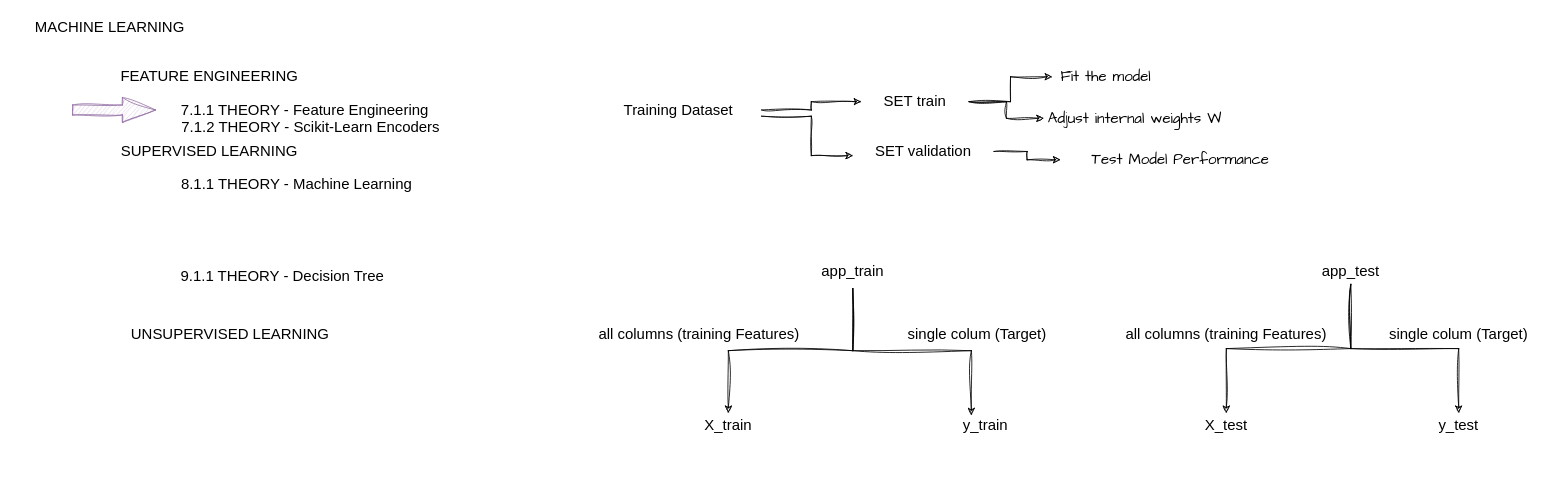
Above: Sprint2.drawio in Innoktiv/Anyone-AI (draw.io), before the change. Source tidied: cells renumbered, new cells numbered last; positions are measured from the earlier drawing's top-left corner, leaving out a move shared by most shapes. Both pictures are drawn from the tidied source at 83%, with x=0, y=0 at pixel (14, 14).
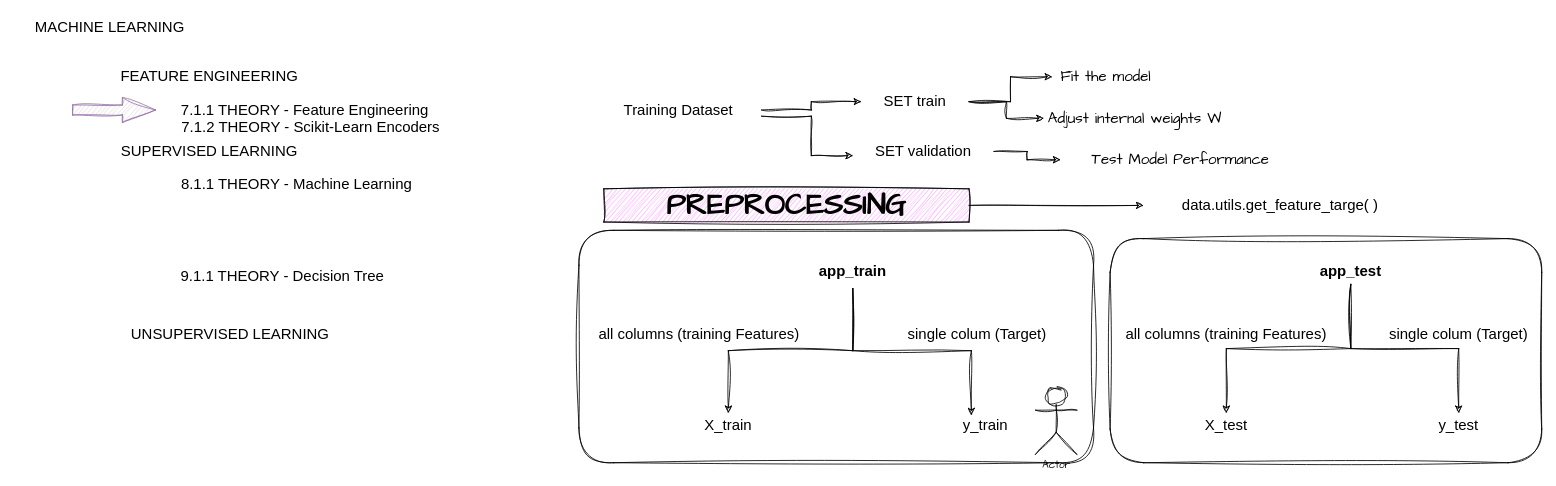
The same page after the edit.

Commit message:
Figure apdate

Change to the diagram source:
```diff
@@
+    <mxCell id="36" style="rounded=1;whiteSpace=wrap;html=1;sketch=1;hachureGap=4;jiggle=2;curveFitting=1;fontFamily=Architects Daughter;" parent="1" vertex="1">
+      <mxGeometry x="1320" y="270" width="520" height="270" as="geometry" />
+    </mxCell>
+    <mxCell id="37" style="rounded=1;whiteSpace=wrap;html=1;sketch=1;hachureGap=4;jiggle=2;curveFitting=1;fontFamily=Architects Daughter;" parent="1" vertex="1">
+      <mxGeometry x="680" y="260" width="620" height="280" as="geometry" />
+    </mxCell>
@@
-    <mxCell id="23" value="&lt;font face=&quot;Helvetica&quot; style=&quot;font-size: 18px;&quot;&gt;app_train&lt;br&gt;&lt;/font&gt;" style="text;html=1;align=center;verticalAlign=middle;whiteSpace=wrap;rounded=0;fontFamily=Architects Daughter;" parent="1" vertex="1">
+    <mxCell id="23" value="&lt;font style=&quot;font-size: 18px;&quot; face=&quot;Helvetica&quot;&gt;app_train&lt;br&gt;&lt;/font&gt;" style="text;html=1;align=center;verticalAlign=middle;whiteSpace=wrap;rounded=0;fontFamily=Architects Daughter;fontStyle=1;" parent="1" vertex="1">
       <mxGeometry x="910" y="290" width="200" height="40" as="geometry" />
     </mxCell>
@@
-    <mxCell id="27" value="&lt;font face=&quot;Helvetica&quot; style=&quot;font-size: 18px;&quot;&gt;app_test&lt;/font&gt;" style="text;html=1;align=center;verticalAlign=middle;whiteSpace=wrap;rounded=0;fontFamily=Architects Daughter;" parent="1" vertex="1">
+    <mxCell id="27" value="&lt;font style=&quot;font-size: 18px;&quot; face=&quot;Helvetica&quot;&gt;app_test&lt;/font&gt;" style="text;html=1;align=center;verticalAlign=middle;whiteSpace=wrap;rounded=0;fontFamily=Architects Daughter;fontStyle=1;" parent="1" vertex="1">
       <mxGeometry x="1510" y="295" width="200" height="30" as="geometry" />
     </mxCell>
@@
+    <mxCell id="38" style="edgeStyle=orthogonalEdgeStyle;rounded=0;sketch=1;hachureGap=4;jiggle=2;curveFitting=1;jettySize=auto;html=1;fontFamily=Architects Daughter;" parent="1" edge="1" source="39" target="41">
+      <mxGeometry relative="1" as="geometry" />
+    </mxCell>
+    <mxCell id="39" value="&lt;font style=&quot;font-size: 36px;&quot;&gt;PREPROCESSING&lt;/font&gt;" style="rounded=0;whiteSpace=wrap;html=1;sketch=1;hachureGap=4;jiggle=2;curveFitting=1;fontFamily=Architects Daughter;fontStyle=1;fillColor=#FF99FF;" parent="1" vertex="1">
+      <mxGeometry x="710" y="210" width="440" height="40" as="geometry" />
+    </mxCell>
+    <mxCell id="40" value="Actor" style="shape=umlActor;verticalLabelPosition=bottom;verticalAlign=top;html=1;sketch=1;hachureGap=4;jiggle=2;curveFitting=1;fontFamily=Architects Daughter;" parent="1" vertex="1">
+      <mxGeometry x="1230" y="450" width="50" height="80" as="geometry" />
+    </mxCell>
+    <mxCell id="41" value="&lt;font face=&quot;Helvetica&quot; style=&quot;font-size: 18px;&quot;&gt;data.utils.get_feature_targe( )&lt;br&gt;&lt;/font&gt;" style="text;html=1;align=center;verticalAlign=middle;whiteSpace=wrap;rounded=0;fontFamily=Architects Daughter;" parent="1" vertex="1">
+      <mxGeometry x="1360" y="215" width="330" height="30" as="geometry" />
+    </mxCell>
```
